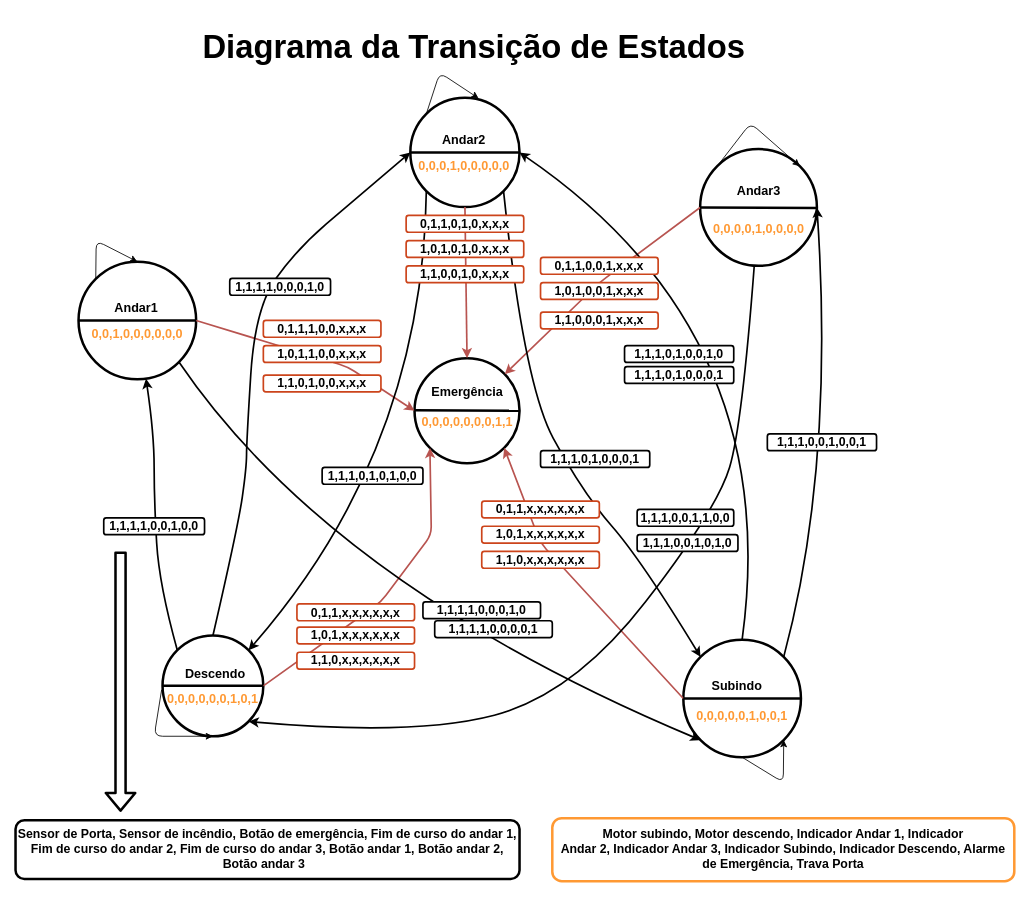
Above: GB/Elevador/Elevador.drawio in davischmitz/prototipacao-digital (draw.io), before the change. Source tidied: cells renumbered, new cells numbered last; positions are measured from the earlier drawing's top-left corner, leaving out a move shared by most shapes. Both pictures are drawn from the tidied source at 84%, with x=0, y=0 at pixel (15, 39).
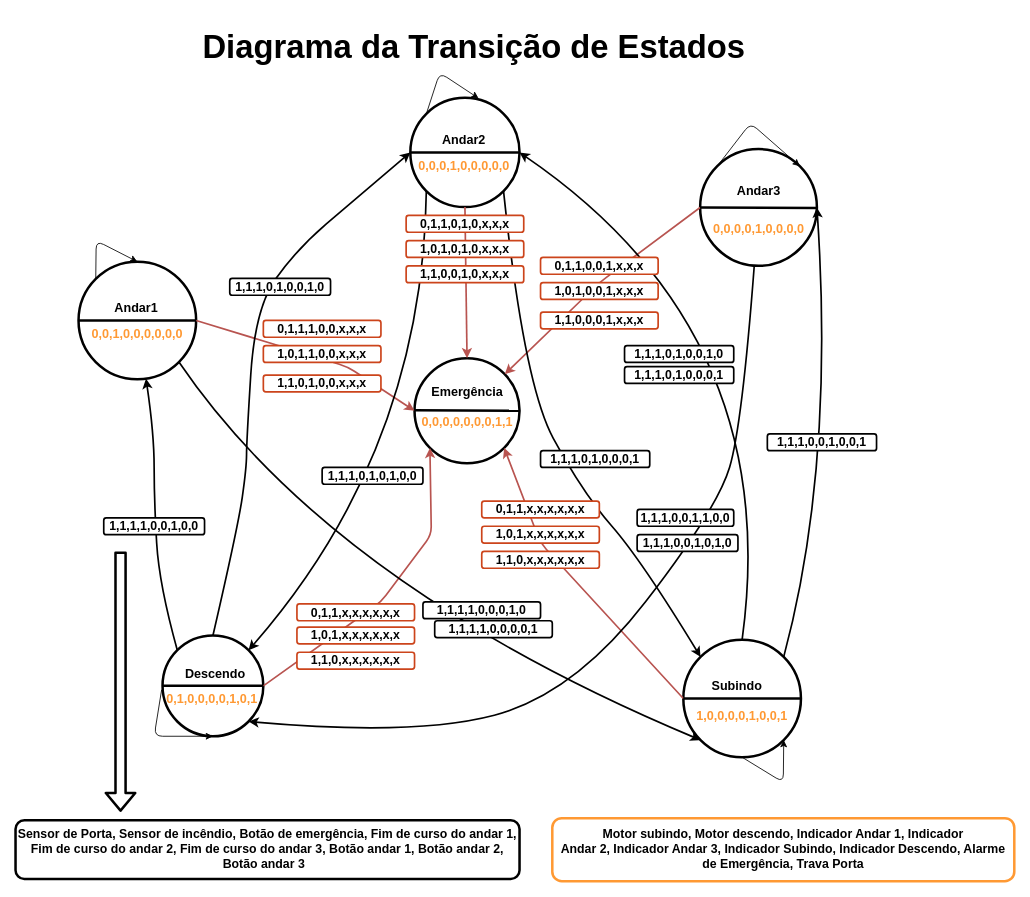
Above is the later version.

The edit, as a diff of the source:
```diff
@@
-    <mxCell id="42" value="&lt;span id=&quot;docs-internal-guid-e2418df5-7fff-e7c6-6563-67e01c6ffb01&quot;&gt;&lt;span style=&quot;font-size: 11pt ; font-family: &amp;#34;arial&amp;#34; ; background-color: transparent ; vertical-align: baseline&quot;&gt;&lt;b&gt;1,1,1,1,0,0,0,1,0&lt;/b&gt;&lt;/span&gt;&lt;/span&gt;" style="text;html=1;align=center;verticalAlign=middle;whiteSpace=wrap;rounded=1;shadow=0;glass=0;strokeColor=#000000;fillColor=#ffffff;strokeWidth=2;" parent="1" vertex="1">
+    <mxCell id="42" value="&lt;span id=&quot;docs-internal-guid-e2418df5-7fff-e7c6-6563-67e01c6ffb01&quot;&gt;&lt;span style=&quot;font-size: 11pt ; font-family: &amp;#34;arial&amp;#34; ; background-color: transparent ; vertical-align: baseline&quot;&gt;&lt;b&gt;1,1,1,0,1,0,0,1,0&lt;/b&gt;&lt;/span&gt;&lt;/span&gt;" style="text;html=1;align=center;verticalAlign=middle;whiteSpace=wrap;rounded=1;shadow=0;glass=0;strokeColor=#000000;fillColor=#ffffff;strokeWidth=2;" parent="1" vertex="1">
       <mxGeometry x="255" y="285" width="120" height="20" as="geometry" />
     </mxCell>
@@
-    <mxCell id="70" value="&lt;b style=&quot;font-size: 15px&quot;&gt;&lt;font color=&quot;#ff9933&quot;&gt;0,0,0,0,0,1,0,0,1&lt;/font&gt;&lt;/b&gt;" style="text;html=1;strokeColor=none;fillColor=none;align=center;verticalAlign=middle;whiteSpace=wrap;rounded=0;" parent="1" vertex="1">
+    <mxCell id="70" value="&lt;b style=&quot;font-size: 15px&quot;&gt;&lt;font color=&quot;#ff9933&quot;&gt;1,0,0,0,0,1,0,0,1&lt;/font&gt;&lt;/b&gt;" style="text;html=1;strokeColor=none;fillColor=none;align=center;verticalAlign=middle;whiteSpace=wrap;rounded=0;" parent="1" vertex="1">
       <mxGeometry x="845" y="790" width="40" height="30" as="geometry" />
     </mxCell>
-    <mxCell id="71" value="&lt;b style=&quot;font-size: 15px&quot;&gt;&lt;font color=&quot;#ff9933&quot;&gt;0,0,0,0,0,0,1,0,1&lt;/font&gt;&lt;/b&gt;" style="text;html=1;strokeColor=none;fillColor=none;align=center;verticalAlign=middle;whiteSpace=wrap;rounded=0;" parent="1" vertex="1">
-      <mxGeometry x="215" y="770" width="40" height="30" as="geometry" />
+    <mxCell id="71" value="&lt;b style=&quot;font-size: 15px&quot;&gt;&lt;font color=&quot;#ff9933&quot;&gt;0,1,0,0,0,0,1,0,1&lt;/font&gt;&lt;/b&gt;" style="text;html=1;strokeColor=none;fillColor=none;align=center;verticalAlign=middle;whiteSpace=wrap;rounded=0;" parent="1" vertex="1">
+      <mxGeometry x="214" y="770" width="40" height="30" as="geometry" />
     </mxCell>
```
